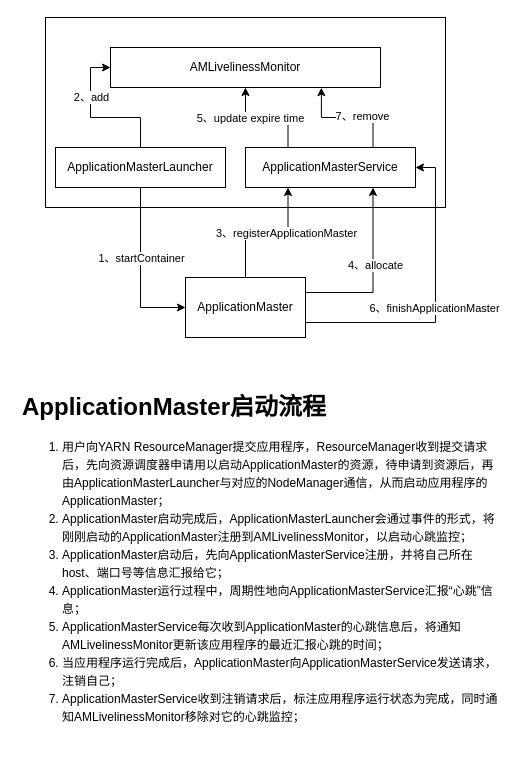
Above: Yarn/03_ApplicationMaster启动流程.drawio in chenshuai1995/a-imgs (draw.io), before the change. Source tidied: cells renumbered, new cells numbered last; positions are measured from the earlier drawing's top-left corner, leaving out a move shared by most shapes. Both pictures are drawn from the tidied source at 100%, with x=0, y=0 at pixel (17, 17).
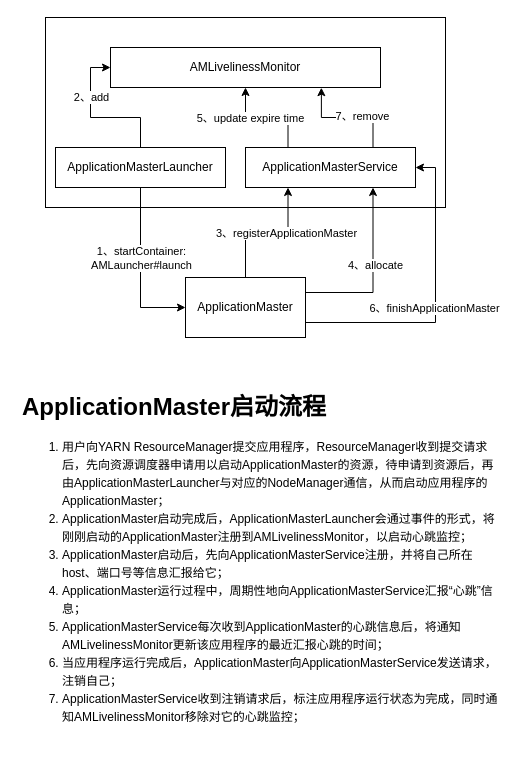
The same diagram, later.

Commit message:
更新03_ApplicationMaster启动流程.drawio

Unchanged cells that the change refers to:
```xml
<mxCell id="5" style="edgeStyle=orthogonalEdgeStyle;rounded=0;jettySize=auto;html=1;exitX=0.5;exitY=1;exitDx=0;exitDy=0;entryX=0;entryY=0.5;entryDx=0;entryDy=0;" parent="1" edge="1" source="9" target="2">
  <mxGeometry relative="1" as="geometry" />
</mxCell>
```

The edit, as a diff of the source:
```diff
@@
-    <mxCell id="6" value="1、startContainer" style="edgeLabel;html=1;align=center;verticalAlign=middle;" parent="5" vertex="1">
+    <mxCell id="6" value="1、startContainer:&lt;br&gt;AMLauncher#launch" style="edgeLabel;html=1;align=center;verticalAlign=middle;" parent="5" vertex="1">
       <mxGeometry x="-0.04" relative="1" as="geometry">
         <mxPoint y="-9" as="offset" />
       </mxGeometry>
     </mxCell>
```
